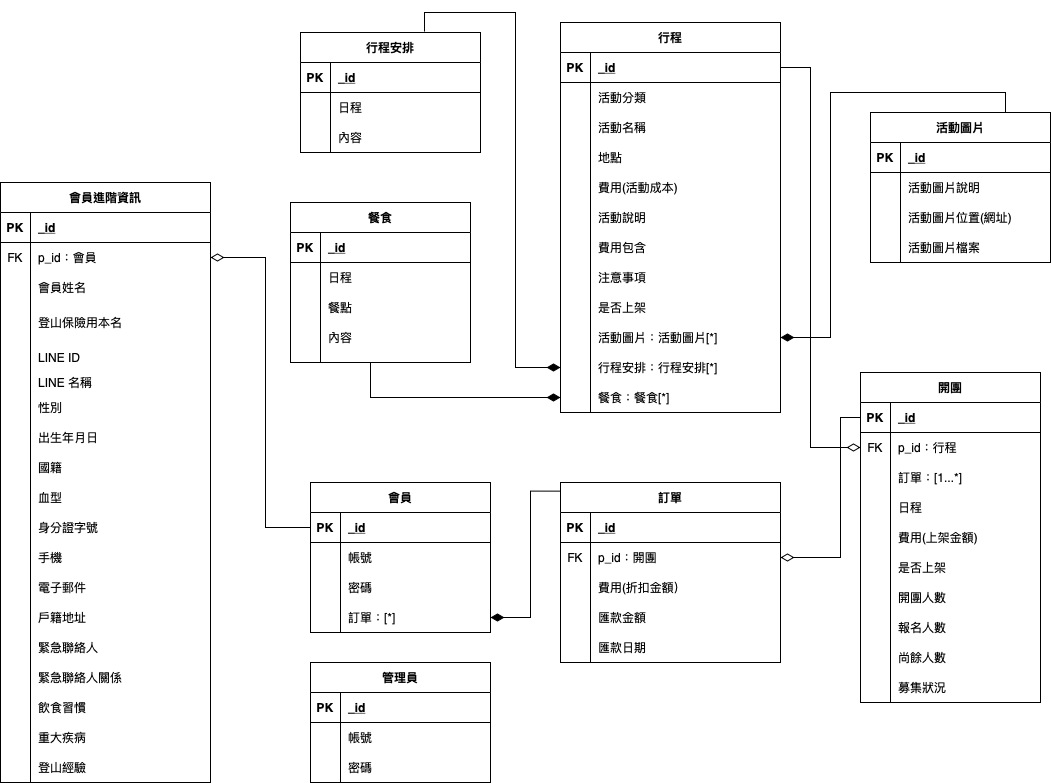
Before: Untitled Diagram.png, a diagram exported from draw.io (Yizi-Yeh/MT-Databaseplanning). Source tidied: cells renumbered, new cells last; positions are measured from the earlier drawing's top-left corner, leaving out a move shared by most shapes.
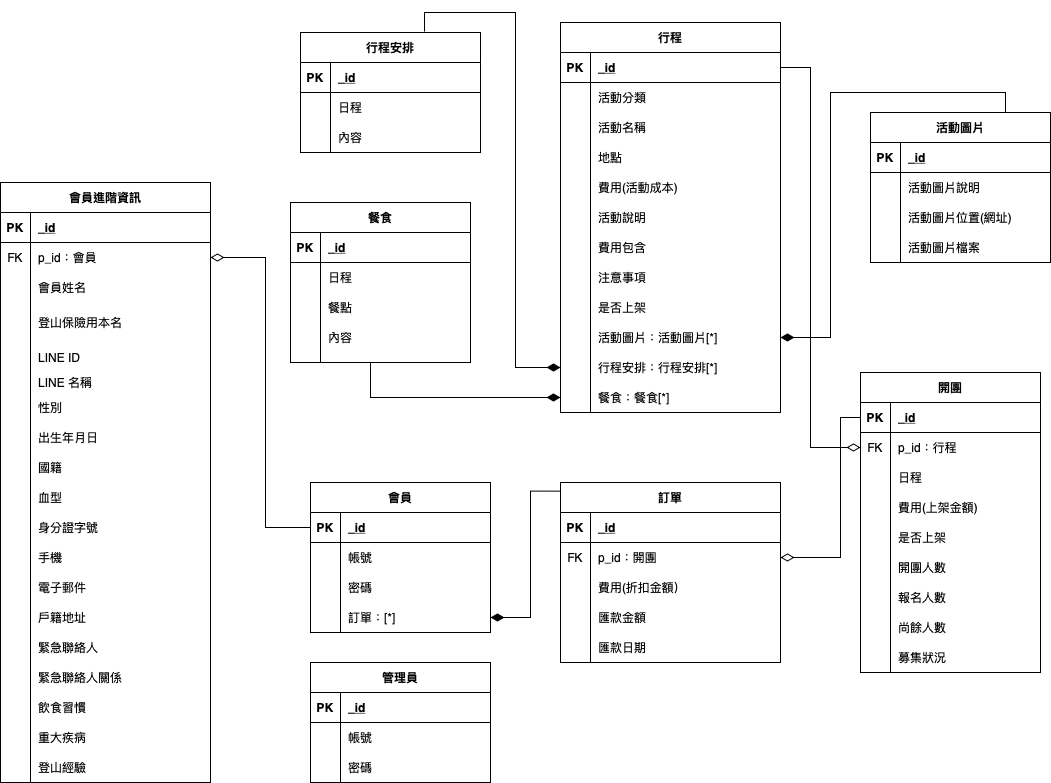
The same diagram one commit later.

Diff of the diagram source:
```diff
@@ -114,7 +114,7 @@
       <mxGeometry x="30" width="190" height="30" as="geometry" />
     </mxCell>
     <mxCell id="39" value="開團" style="shape=table;startSize=30;rowLines=0;fontStyle=1;align=center;fillColor=none;" parent="1" vertex="1">
-      <mxGeometry x="860" y="350" width="180" height="330" as="geometry" />
+      <mxGeometry x="860" y="350" width="180" height="300" as="geometry" />
     </mxCell>
     <mxCell id="40" style="shape=partialRectangle;fillColor=none;top=0;left=0;bottom=1;right=0;points=[[0,0.5],[1,0.5]];portConstraint=eastwest;" parent="39" vertex="1">
       <mxGeometry y="30" width="180" height="30" as="geometry" />
@@ -134,17 +134,8 @@
     <mxCell id="45" value="p_id：行程" style="shape=partialRectangle;fillColor=none;top=0;left=0;bottom=0;right=0;align=left;spacingLeft=6;fontStyle=0;overflow=hidden;" parent="43" vertex="1">
       <mxGeometry x="30" width="150" height="30" as="geometry" />
     </mxCell>
-    <mxCell id="46" style="shape=partialRectangle;fillColor=none;top=0;left=0;bottom=0;right=0;" parent="39" vertex="1">
-      <mxGeometry y="90" width="180" height="30" as="geometry" />
-    </mxCell>
-    <mxCell id="47" style="shape=partialRectangle;fillColor=none;top=0;left=0;bottom=0;right=0;fontStyle=0;overflow=hidden;" parent="46" vertex="1">
-      <mxGeometry width="30" height="30" as="geometry" />
-    </mxCell>
-    <mxCell id="48" value="訂單：[1...*]" style="shape=partialRectangle;fillColor=none;top=0;left=0;bottom=0;right=0;align=left;spacingLeft=6;fontStyle=0;overflow=hidden;" parent="46" vertex="1">
-      <mxGeometry x="30" width="150" height="30" as="geometry" />
-    </mxCell>
     <mxCell id="49" style="shape=partialRectangle;fillColor=none;top=0;left=0;bottom=0;right=0;" parent="39" vertex="1">
-      <mxGeometry y="120" width="180" height="30" as="geometry" />
+      <mxGeometry y="90" width="180" height="30" as="geometry" />
     </mxCell>
     <mxCell id="50" style="shape=partialRectangle;fillColor=none;top=0;left=0;bottom=0;right=0;overflow=hidden;" parent="49" vertex="1">
       <mxGeometry width="30" height="30" as="geometry" />
@@ -153,7 +144,7 @@
       <mxGeometry x="30" width="150" height="30" as="geometry" />
     </mxCell>
     <mxCell id="52" style="shape=partialRectangle;fillColor=none;top=0;left=0;bottom=0;right=0;" parent="39" vertex="1">
-      <mxGeometry y="150" width="180" height="30" as="geometry" />
+      <mxGeometry y="120" width="180" height="30" as="geometry" />
     </mxCell>
     <mxCell id="53" style="shape=partialRectangle;fillColor=none;top=0;left=0;bottom=0;right=0;overflow=hidden;" parent="52" vertex="1">
       <mxGeometry width="30" height="30" as="geometry" />
@@ -162,7 +153,7 @@
       <mxGeometry x="30" width="150" height="30" as="geometry" />
     </mxCell>
     <mxCell id="55" style="shape=partialRectangle;fillColor=none;top=0;left=0;bottom=0;right=0;" parent="39" vertex="1">
-      <mxGeometry y="180" width="180" height="30" as="geometry" />
+      <mxGeometry y="150" width="180" height="30" as="geometry" />
     </mxCell>
     <mxCell id="56" style="shape=partialRectangle;fillColor=none;top=0;left=0;bottom=0;right=0;overflow=hidden;" parent="55" vertex="1">
       <mxGeometry width="30" height="30" as="geometry" />
@@ -171,7 +162,7 @@
       <mxGeometry x="30" width="150" height="30" as="geometry" />
     </mxCell>
     <mxCell id="58" style="shape=partialRectangle;fillColor=none;top=0;left=0;bottom=0;right=0;" parent="39" vertex="1">
-      <mxGeometry y="210" width="180" height="30" as="geometry" />
+      <mxGeometry y="180" width="180" height="30" as="geometry" />
     </mxCell>
     <mxCell id="59" style="shape=partialRectangle;fillColor=none;top=0;left=0;bottom=0;right=0;overflow=hidden;" parent="58" vertex="1">
       <mxGeometry width="30" height="30" as="geometry" />
@@ -180,7 +171,7 @@
       <mxGeometry x="30" width="150" height="30" as="geometry" />
     </mxCell>
     <mxCell id="61" style="shape=partialRectangle;fillColor=none;top=0;left=0;bottom=0;right=0;" parent="39" vertex="1">
-      <mxGeometry y="240" width="180" height="30" as="geometry" />
+      <mxGeometry y="210" width="180" height="30" as="geometry" />
     </mxCell>
     <mxCell id="62" style="shape=partialRectangle;fillColor=none;top=0;left=0;bottom=0;right=0;overflow=hidden;" parent="61" vertex="1">
       <mxGeometry width="30" height="30" as="geometry" />
@@ -189,7 +180,7 @@
       <mxGeometry x="30" width="150" height="30" as="geometry" />
     </mxCell>
     <mxCell id="64" style="shape=partialRectangle;fillColor=none;top=0;left=0;bottom=0;right=0;" parent="39" vertex="1">
-      <mxGeometry y="270" width="180" height="30" as="geometry" />
+      <mxGeometry y="240" width="180" height="30" as="geometry" />
     </mxCell>
     <mxCell id="65" style="shape=partialRectangle;fillColor=none;top=0;left=0;bottom=0;right=0;overflow=hidden;" parent="64" vertex="1">
       <mxGeometry width="30" height="30" as="geometry" />
@@ -198,7 +189,7 @@
       <mxGeometry x="30" width="150" height="30" as="geometry" />
     </mxCell>
     <mxCell id="67" style="shape=partialRectangle;fillColor=none;top=0;left=0;bottom=0;right=0;" parent="39" vertex="1">
-      <mxGeometry y="300" width="180" height="30" as="geometry" />
+      <mxGeometry y="270" width="180" height="30" as="geometry" />
     </mxCell>
     <mxCell id="68" style="shape=partialRectangle;fillColor=none;top=0;left=0;bottom=0;right=0;overflow=hidden;" parent="67" vertex="1">
       <mxGeometry width="30" height="30" as="geometry" />
```
